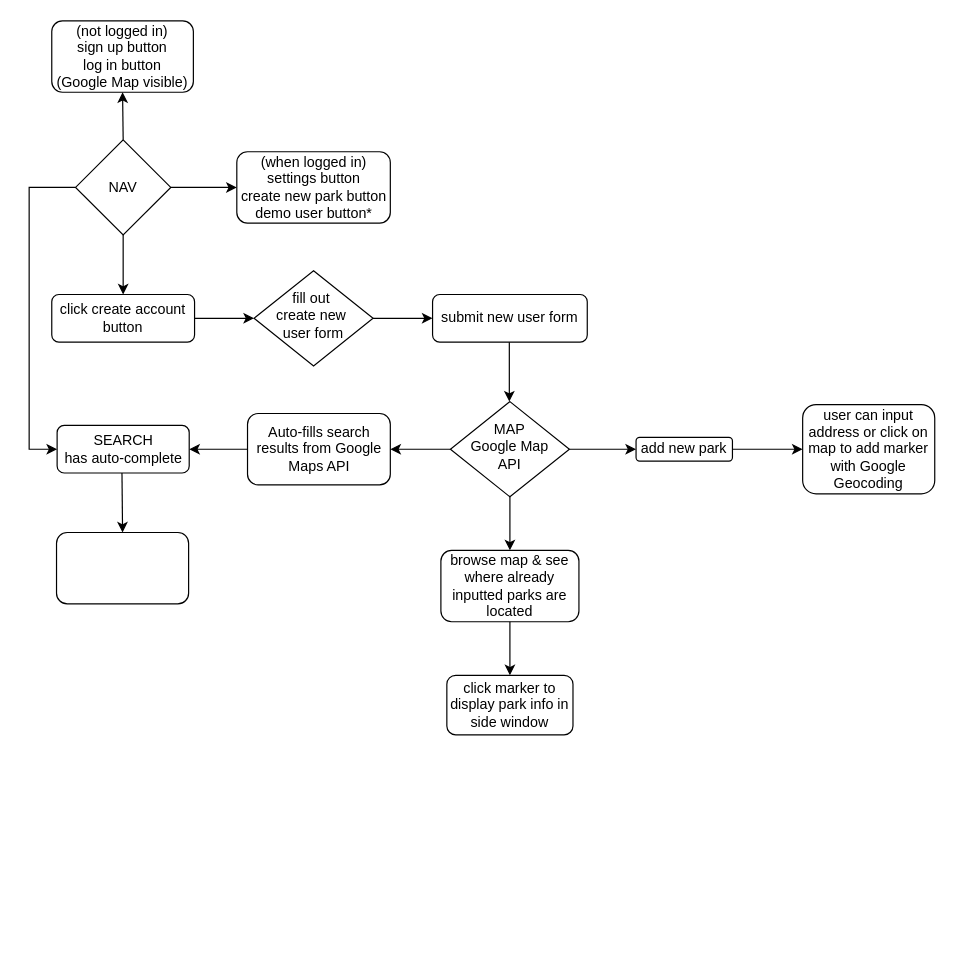
The draw.io diagram bmxparksorg-flowchart.drawio in forrestmorrison/bmxparksorg, before the edit. Source tidied: cells renumbered, new cells numbered last; positions are measured from the earlier drawing's top-left corner, leaving out a move shared by most shapes. Both pictures are drawn from the tidied source at 119%, with x=0, y=0 at pixel (29, 20).
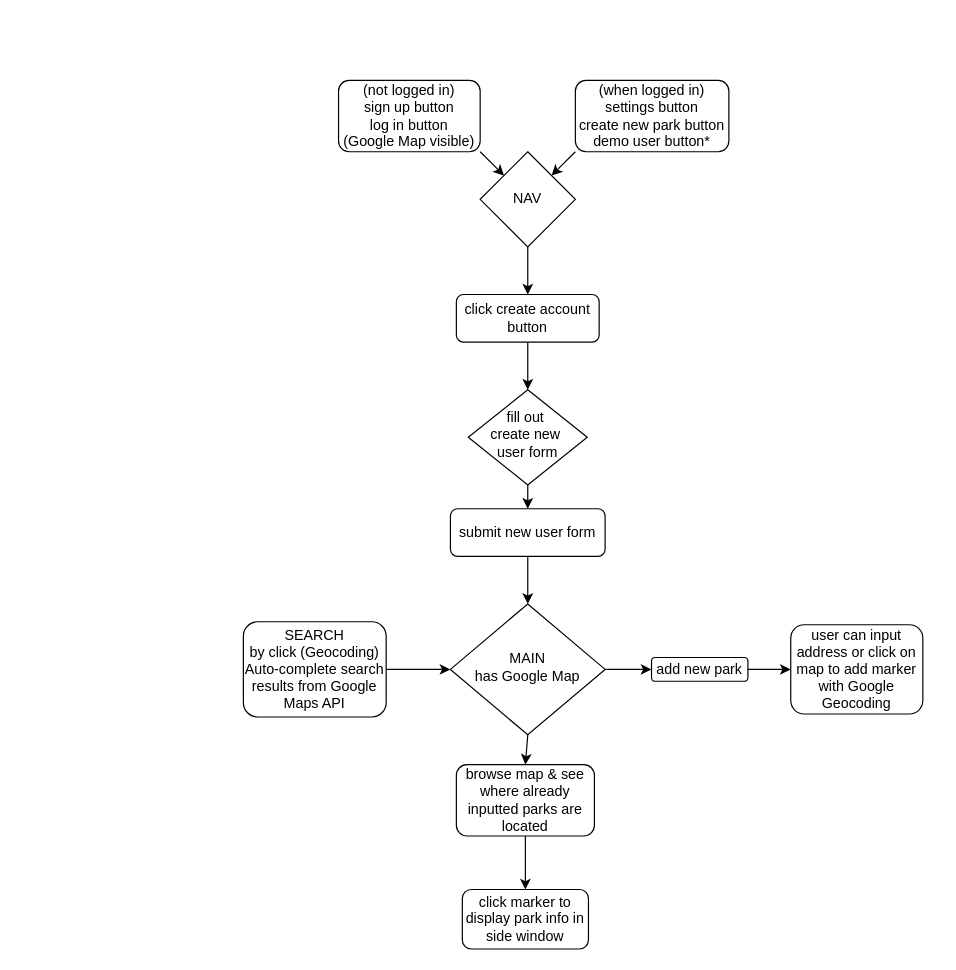
After the change.

Commit message:
corrected order of flow chart

The edit, as a diff of the source:
```diff
@@
     <mxCell id="2" value="click create account&lt;br&gt;button" style="rounded=1;whiteSpace=wrap;html=1;fontSize=12;glass=0;strokeWidth=1;shadow=0;" parent="1" vertex="1">
-      <mxGeometry x="19" y="230" width="120" height="40" as="geometry" />
+      <mxGeometry x="359" y="230" width="120" height="40" as="geometry" />
     </mxCell>
     <mxCell id="3" value="fill out&amp;nbsp;&lt;br&gt;create new&amp;nbsp;&lt;br&gt;user form" style="rhombus;whiteSpace=wrap;html=1;shadow=0;fontFamily=Helvetica;fontSize=12;align=center;strokeWidth=1;spacing=6;spacingTop=-4;" parent="1" vertex="1">
-      <mxGeometry x="189" y="210" width="100" height="80" as="geometry" />
+      <mxGeometry x="369" y="310" width="100" height="80" as="geometry" />
     </mxCell>
     <mxCell id="4" value="submit new user form" style="rounded=1;whiteSpace=wrap;html=1;fontSize=12;glass=0;strokeWidth=1;shadow=0;" parent="1" vertex="1">
-      <mxGeometry x="339" y="230" width="130" height="40" as="geometry" />
+      <mxGeometry x="354" y="410" width="130" height="40" as="geometry" />
     </mxCell>
-    <mxCell id="5" value="MAP&lt;br&gt;Google Map&lt;br&gt;API" style="rhombus;whiteSpace=wrap;html=1;shadow=0;fontFamily=Helvetica;fontSize=12;align=center;strokeWidth=1;spacing=6;spacingTop=-4;" parent="1" vertex="1">
-      <mxGeometry x="354" y="320" width="100" height="80" as="geometry" />
+    <mxCell id="5" value="MAIN&lt;br&gt;has Google Map" style="rhombus;whiteSpace=wrap;html=1;shadow=0;fontFamily=Helvetica;fontSize=12;align=center;strokeWidth=1;spacing=6;spacingTop=-4;" parent="1" vertex="1">
+      <mxGeometry x="354" y="490" width="130" height="110" as="geometry" />
     </mxCell>
     <mxCell id="6" value="click marker to display park info in side window" style="rounded=1;whiteSpace=wrap;html=1;fontSize=12;glass=0;strokeWidth=1;shadow=0;" parent="1" vertex="1">
-      <mxGeometry x="351" y="550" width="106" height="50" as="geometry" />
+      <mxGeometry x="364" y="730" width="106" height="50" as="geometry" />
     </mxCell>
     <mxCell id="7" value="add new park" style="rounded=1;whiteSpace=wrap;html=1;fontSize=12;glass=0;strokeWidth=1;shadow=0;" parent="1" vertex="1">
-      <mxGeometry x="510" y="350" width="81" height="20" as="geometry" />
+      <mxGeometry x="523" y="535" width="81" height="20" as="geometry" />
     </mxCell>
-    <mxCell id="8" style="endArrow=classic;html=1;rounded=0;" parent="1" edge="1">
-      <mxGeometry relative="1" as="geometry">
-        <mxPoint x="403.5" y="270" as="sourcePoint" />
-        <mxPoint x="403.5" y="320" as="targetPoint" />
-      </mxGeometry>
+    <mxCell id="8" style="endArrow=classic;html=1;rounded=0;entryX=0.5;entryY=0;entryDx=0;entryDy=0;exitX=0.5;exitY=1;exitDx=0;exitDy=0;" parent="1" edge="1" source="4" target="5">
+      <mxGeometry relative="1" as="geometry" />
     </mxCell>
-    <mxCell id="9" style="endArrow=classic;html=1;rounded=0;entryX=0;entryY=0.5;entryDx=0;entryDy=0;exitX=1;exitY=0.5;exitDx=0;exitDy=0;" parent="1" edge="1" source="2" target="3">
-      <mxGeometry relative="1" as="geometry" />
-    </mxCell>
@@
-    <mxCell id="11" style="endArrow=classic;html=1;rounded=0;exitX=1;exitY=0.5;exitDx=0;exitDy=0;" parent="1" edge="1" source="3">
-      <mxGeometry relative="1" as="geometry">
-        <mxPoint x="339" y="250" as="targetPoint" />
-      </mxGeometry>
-    </mxCell>
     <mxCell id="12" value="browse map &amp;amp; see where already inputted parks are located" style="rounded=1;whiteSpace=wrap;html=1;" parent="1" vertex="1">
-      <mxGeometry x="346" y="445" width="116" height="60" as="geometry" />
+      <mxGeometry x="359" y="625" width="116" height="60" as="geometry" />
     </mxCell>
@@
-    <mxCell id="15" style="edgeStyle=orthogonalEdgeStyle;rounded=0;jettySize=auto;html=1;exitX=0;exitY=0.5;exitDx=0;exitDy=0;" parent="1" edge="1" source="16" target="24">
-      <mxGeometry relative="1" as="geometry">
-        <Array as="points">
-          <mxPoint y="140" />
-          <mxPoint y="360" />
-        </Array>
-      </mxGeometry>
-    </mxCell>
     <mxCell id="16" value="NAV" style="rhombus;whiteSpace=wrap;html=1;" parent="1" vertex="1">
-      <mxGeometry x="39" y="100" width="80" height="80" as="geometry" />
+      <mxGeometry x="379" y="110" width="80" height="80" as="geometry" />
     </mxCell>
@@
-    <mxCell id="18" style="endArrow=classic;html=1;rounded=0;" parent="1" edge="1" target="19">
-      <mxGeometry relative="1" as="geometry">
-        <mxPoint x="119" y="140" as="sourcePoint" />
-      </mxGeometry>
-    </mxCell>
     <mxCell id="19" value="(when logged in)&lt;br&gt;settings button&lt;br&gt;create new park button&lt;br&gt;demo user button*" style="rounded=1;whiteSpace=wrap;html=1;" parent="1" vertex="1">
-      <mxGeometry x="174.5" y="110" width="129" height="60" as="geometry" />
+      <mxGeometry x="459" y="50" width="129" height="60" as="geometry" />
     </mxCell>
     <mxCell id="20" value="(not logged in)&lt;br&gt;sign up button&lt;br&gt;log in button&lt;br&gt;(Google Map visible)" style="rounded=1;whiteSpace=wrap;html=1;" parent="1" vertex="1">
-      <mxGeometry x="19" width="119" height="60" as="geometry" />
+      <mxGeometry x="260" y="50" width="119" height="60" as="geometry" />
     </mxCell>
-    <mxCell id="21" style="endArrow=classic;html=1;rounded=0;entryX=0.5;entryY=1;entryDx=0;entryDy=0;" parent="1" edge="1" target="20">
-      <mxGeometry relative="1" as="geometry">
-        <mxPoint x="79" y="100" as="sourcePoint" />
-      </mxGeometry>
-    </mxCell>
     <mxCell id="22" value="user can input address or click on map to add marker with Google Geocoding" style="rounded=1;whiteSpace=wrap;html=1;" parent="1" vertex="1">
-      <mxGeometry x="650" y="322.5" width="111" height="75" as="geometry" />
+      <mxGeometry x="640" y="507.5" width="111" height="75" as="geometry" />
     </mxCell>
@@
-    <mxCell id="24" value="SEARCH&lt;br&gt;has auto-complete" style="rounded=1;whiteSpace=wrap;html=1;" parent="1" vertex="1">
-      <mxGeometry x="23.5" y="340" width="111" height="40" as="geometry" />
-    </mxCell>
-    <mxCell id="25" style="endArrow=classic;html=1;rounded=0;entryX=1;entryY=0.5;entryDx=0;entryDy=0;" parent="1" edge="1" source="28" target="24">
-      <mxGeometry relative="1" as="geometry" />
-    </mxCell>
-    <mxCell id="26" style="rounded=1;whiteSpace=wrap;html=1;" parent="1" vertex="1">
-      <mxGeometry x="23" y="430" width="111" height="60" as="geometry" />
-    </mxCell>
-    <mxCell id="27" style="endArrow=classic;html=1;rounded=0;entryX=0.5;entryY=0;entryDx=0;entryDy=0;" parent="1" edge="1" target="26">
-      <mxGeometry relative="1" as="geometry">
-        <mxPoint x="78" y="380" as="sourcePoint" />
-      </mxGeometry>
-    </mxCell>
-    <mxCell id="28" value="Auto-fills search results from Google Maps API" style="rounded=1;whiteSpace=wrap;html=1;" parent="1" vertex="1">
-      <mxGeometry x="183.5" y="330" width="120" height="60" as="geometry" />
+    <mxCell id="28" value="SEARCH&lt;br&gt;by click (Geocoding)&lt;br&gt;Auto-complete search results from Google Maps API" style="rounded=1;whiteSpace=wrap;html=1;" parent="1" vertex="1">
+      <mxGeometry x="180" y="505" width="120" height="80" as="geometry" />
     </mxCell>
-    <mxCell id="29" style="endArrow=classic;html=1;rounded=0;exitX=0;exitY=0.5;exitDx=0;exitDy=0;entryX=1;entryY=0.5;entryDx=0;entryDy=0;" parent="1" edge="1" source="5" target="28">
-      <mxGeometry relative="1" as="geometry" />
-    </mxCell>
+    <mxCell id="30" style="endArrow=classic;html=1;rounded=0;entryX=0.5;entryY=0;entryDx=0;entryDy=0;exitX=0.5;exitY=1;exitDx=0;exitDy=0;" parent="1" edge="1" source="3" target="4">
+      <mxGeometry relative="1" as="geometry" />
+    </mxCell>
+    <mxCell id="9" style="endArrow=classic;html=1;rounded=0;exitX=0.5;exitY=1;exitDx=0;exitDy=0;entryX=0.5;entryY=0;entryDx=0;entryDy=0;" parent="1" edge="1" source="2" target="3">
+      <mxGeometry relative="1" as="geometry" />
+    </mxCell>
+    <mxCell id="31" style="endArrow=classic;html=1;rounded=0;exitX=1;exitY=0.5;exitDx=0;exitDy=0;entryX=0;entryY=0.5;entryDx=0;entryDy=0;" parent="1" edge="1" source="28" target="5">
+      <mxGeometry relative="1" as="geometry" />
+    </mxCell>
+    <mxCell id="32" style="endArrow=classic;html=1;rounded=0;exitX=1;exitY=1;exitDx=0;exitDy=0;entryX=0;entryY=0;entryDx=0;entryDy=0;" parent="1" edge="1" source="20" target="16">
+      <mxGeometry relative="1" as="geometry" />
+    </mxCell>
+    <mxCell id="33" style="endArrow=classic;html=1;rounded=0;exitX=0;exitY=1;exitDx=0;exitDy=0;entryX=1;entryY=0;entryDx=0;entryDy=0;" parent="1" edge="1" source="19" target="16">
+      <mxGeometry relative="1" as="geometry" />
+    </mxCell>
```
